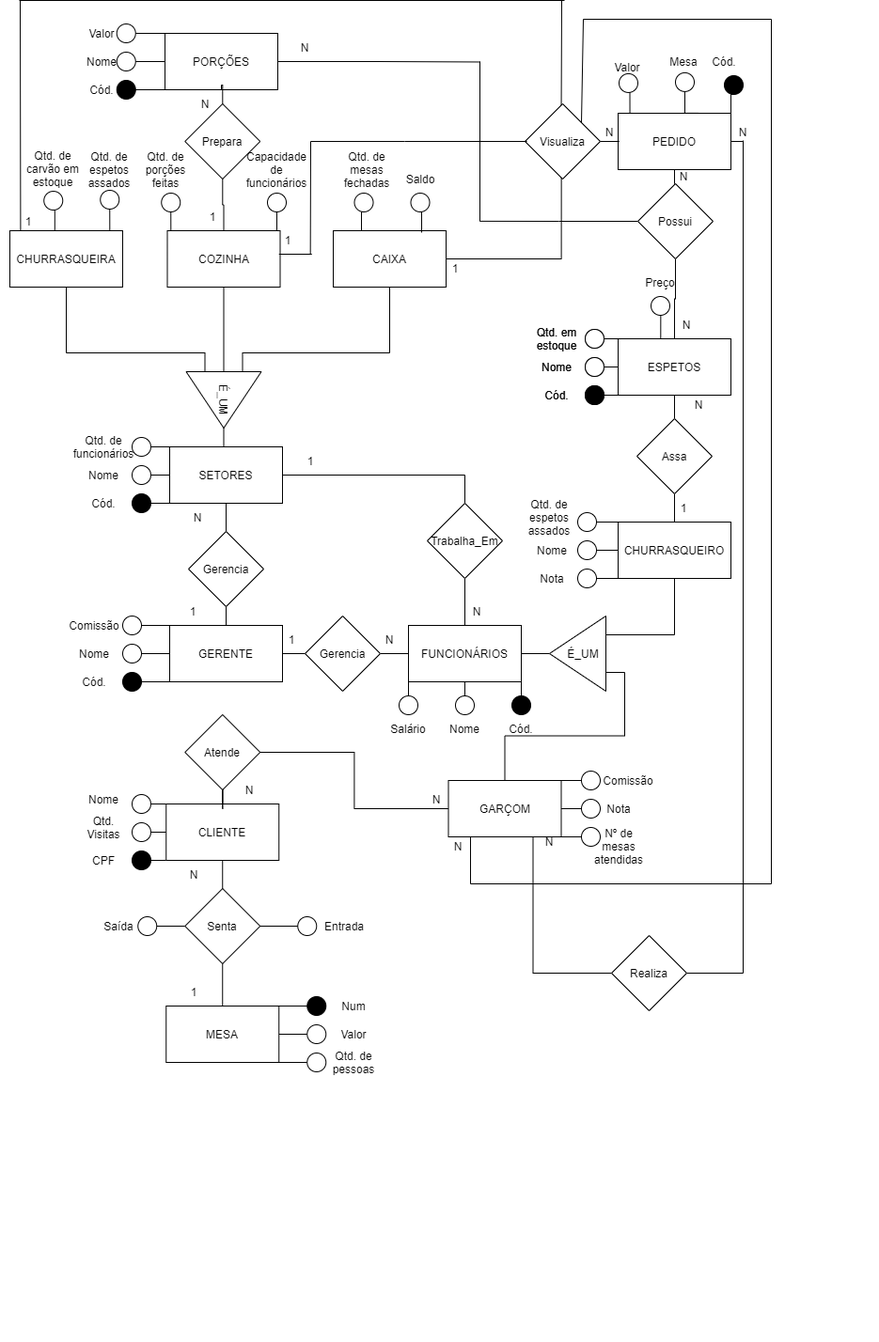
This is MER - ESPETO.png from Reginaldo-Neto/BancoDeDados1, a draw.io export, as it was before one commit. Source tidied: cells renumbered, new cells last; positions are measured from the earlier drawing's top-left corner, leaving out a move shared by most shapes.
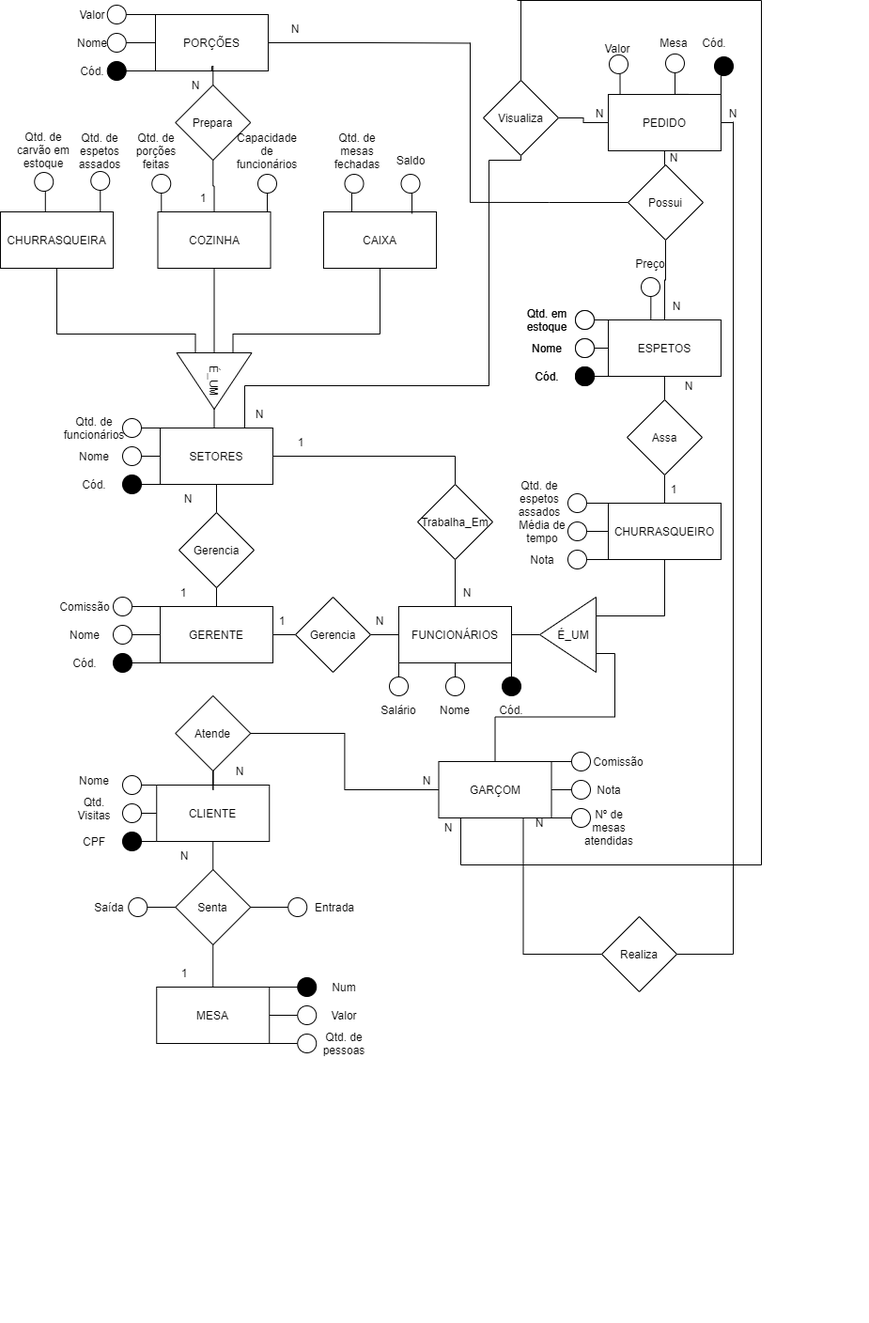
The same diagram one commit later.

What changed in the source:
```diff
@@ -106,7 +106,7 @@
     <mxCell id="31" style="ellipse;whiteSpace=wrap;html=1;" parent="1" vertex="1">
       <mxGeometry x="614" y="605" width="20" height="20" as="geometry" />
     </mxCell>
-    <mxCell id="32" value="Nome" style="text;html=1;strokeColor=none;fillColor=none;align=center;verticalAlign=middle;whiteSpace=wrap;rounded=0;" parent="1" vertex="1">
+    <mxCell id="32" value="Média de tempo" style="text;html=1;strokeColor=none;fillColor=none;align=center;verticalAlign=middle;whiteSpace=wrap;rounded=0;" parent="1" vertex="1">
       <mxGeometry x="557" y="570" width="60" height="30" as="geometry" />
     </mxCell>
     <mxCell id="33" value="Qtd. de espetos assados" style="text;html=1;strokeColor=none;fillColor=none;align=center;verticalAlign=middle;whiteSpace=wrap;rounded=0;" parent="1" vertex="1">
@@ -168,9 +168,6 @@
     <mxCell id="51" value="Prepara" style="rhombus;whiteSpace=wrap;html=1;strokeColor=#000000;fillColor=#FFFFFF;rotation=0;" parent="1" vertex="1">
       <mxGeometry x="196.2" y="110" width="80" height="80" as="geometry" />
     </mxCell>
-    <mxCell id="52" style="edgeStyle=orthogonalEdgeStyle;rounded=0;jettySize=auto;html=1;exitX=1;exitY=0.5;exitDx=0;exitDy=0;endArrow=none;endFill=0;entryX=0.483;entryY=0.951;entryDx=0;entryDy=0;entryPerimeter=0;" parent="1" edge="1" source="53" target="185">
-      <mxGeometry relative="1" as="geometry" />
-    </mxCell>
     <mxCell id="53" value="CAIXA" style="rounded=0;whiteSpace=wrap;html=1;strokeColor=#000000;fillColor=#FFFFFF;" parent="1" vertex="1">
       <mxGeometry x="354" y="245" width="120" height="60" as="geometry" />
     </mxCell>
@@ -257,6 +254,15 @@
     <mxCell id="80" style="edgeStyle=orthogonalEdgeStyle;rounded=0;jettySize=auto;html=1;exitX=0;exitY=1;exitDx=0;exitDy=0;entryX=1;entryY=0.5;entryDx=0;entryDy=0;endArrow=none;endFill=0;" parent="1" edge="1" source="81" target="124">
       <mxGeometry relative="1" as="geometry" />
     </mxCell>
+    <mxCell id="218" style="edgeStyle=orthogonalEdgeStyle;rounded=0;jettySize=auto;html=1;exitX=0.75;exitY=0;exitDx=0;exitDy=0;entryX=0.5;entryY=1;entryDx=0;entryDy=0;endArrow=none;endFill=0;" parent="1" edge="1" source="81" target="185">
+      <mxGeometry relative="1" as="geometry">
+        <Array as="points">
+          <mxPoint x="270" y="430" />
+          <mxPoint x="530" y="430" />
+          <mxPoint x="530" y="190" />
+        </Array>
+      </mxGeometry>
+    </mxCell>
     <mxCell id="81" value="SETORES" style="rounded=0;whiteSpace=wrap;html=1;strokeColor=#000000;fillColor=#FFFFFF;" parent="1" vertex="1">
       <mxGeometry x="180" y="475" width="120" height="60" as="geometry" />
     </mxCell>
@@ -586,45 +592,12 @@
     <mxCell id="181" value="PEDIDO" style="rounded=0;whiteSpace=wrap;html=1;" parent="1" vertex="1">
       <mxGeometry x="657" y="120" width="120" height="60" as="geometry" />
     </mxCell>
-    <mxCell id="182" style="endArrow=none;html=1;rounded=0;" parent="1" edge="1">
-      <mxGeometry relative="1" as="geometry">
-        <mxPoint x="20" as="sourcePoint" />
-        <mxPoint x="600" as="targetPoint" />
-      </mxGeometry>
-    </mxCell>
-    <mxCell id="183" style="endArrow=none;html=1;rounded=0;" parent="1" edge="1">
-      <mxGeometry relative="1" as="geometry">
-        <mxPoint x="596.5" y="125" as="sourcePoint" />
-        <mxPoint x="597" as="targetPoint" />
-      </mxGeometry>
-    </mxCell>
     <mxCell id="184" style="edgeStyle=orthogonalEdgeStyle;rounded=0;jettySize=auto;html=1;endArrow=none;endFill=0;" parent="1" edge="1" source="185" target="181">
       <mxGeometry relative="1" as="geometry" />
     </mxCell>
     <mxCell id="185" value="Visualiza" style="rhombus;whiteSpace=wrap;html=1;" parent="1" vertex="1">
-      <mxGeometry x="558" y="110" width="80" height="80" as="geometry" />
+      <mxGeometry x="524" y="105" width="80" height="80" as="geometry" />
     </mxCell>
-    <mxCell id="186" style="endArrow=none;html=1;rounded=0;" parent="1" edge="1">
-      <mxGeometry relative="1" as="geometry">
-        <mxPoint x="296.2" y="270" as="sourcePoint" />
-        <mxPoint x="331.2" y="270" as="targetPoint" />
-      </mxGeometry>
-    </mxCell>
-    <mxCell id="187" style="endArrow=none;html=1;rounded=0;" parent="1" edge="1">
-      <mxGeometry relative="1" as="geometry">
-        <mxPoint x="329.7" y="270" as="sourcePoint" />
-        <mxPoint x="330" y="150" as="targetPoint" />
-      </mxGeometry>
-    </mxCell>
-    <mxCell id="188" style="endArrow=none;html=1;rounded=0;" parent="1" edge="1">
-      <mxGeometry relative="1" as="geometry">
-        <mxPoint x="330" y="150" as="sourcePoint" />
-        <mxPoint x="560" y="150" as="targetPoint" />
-        <Array as="points">
-          <mxPoint x="430" y="150" />
-        </Array>
-      </mxGeometry>
-    </mxCell>
     <mxCell id="189" style="edgeStyle=orthogonalEdgeStyle;rounded=0;jettySize=auto;html=1;exitX=1;exitY=0;exitDx=0;exitDy=0;entryX=0.5;entryY=1;entryDx=0;entryDy=0;endArrow=none;endFill=0;" parent="1" edge="1" target="190">
       <mxGeometry relative="1" as="geometry">
         <mxPoint x="741.8" y="119.9" as="sourcePoint" />
@@ -678,15 +651,10 @@
     </mxCell>
     <mxCell id="203" style="endArrow=none;html=1;rounded=0;" parent="1" edge="1">
       <mxGeometry relative="1" as="geometry">
-        <mxPoint x="620" y="20" as="sourcePoint" />
+        <mxPoint x="560" y="20" as="sourcePoint" />
         <mxPoint x="820" y="20" as="targetPoint" />
       </mxGeometry>
     </mxCell>
-    <mxCell id="204" style="endArrow=none;html=1;rounded=0;exitX=1;exitY=0;exitDx=0;exitDy=0;" parent="1" edge="1" source="185">
-      <mxGeometry relative="1" as="geometry">
-        <mxPoint x="620" y="20" as="targetPoint" />
-      </mxGeometry>
-    </mxCell>
     <mxCell id="205" style="edgeStyle=orthogonalEdgeStyle;rounded=0;jettySize=auto;html=1;exitX=1;exitY=0.5;exitDx=0;exitDy=0;endArrow=none;endFill=0;" parent="1" edge="1" source="206">
       <mxGeometry relative="1" as="geometry">
         <mxPoint x="790" y="149" as="targetPoint" />
@@ -716,19 +684,13 @@
     <mxCell id="213" value="N" style="text;html=1;strokeColor=none;fillColor=none;align=center;verticalAlign=middle;whiteSpace=wrap;rounded=0;" parent="1" vertex="1">
       <mxGeometry x="294" y="35" width="60" height="30" as="geometry" />
     </mxCell>
-    <mxCell id="214" style="endArrow=none;html=1;rounded=0;exitX=0.095;exitY=0;exitDx=0;exitDy=0;exitPerimeter=0;" parent="1" edge="1" source="76">
-      <mxGeometry relative="1" as="geometry">
-        <mxPoint x="21" as="targetPoint" />
-      </mxGeometry>
-    </mxCell>
-    <mxCell id="215" value="1" style="text;html=1;strokeColor=none;fillColor=none;align=center;verticalAlign=middle;whiteSpace=wrap;rounded=0;" parent="1" vertex="1">
-      <mxGeometry y="220" width="60" height="30" as="geometry" />
-    </mxCell>
-    <mxCell id="216" value="1" style="text;html=1;strokeColor=none;fillColor=none;align=center;verticalAlign=middle;whiteSpace=wrap;rounded=0;" parent="1" vertex="1">
-      <mxGeometry x="276.2" y="240" width="60" height="30" as="geometry" />
-    </mxCell>
-    <mxCell id="217" value="1" style="text;html=1;strokeColor=none;fillColor=none;align=center;verticalAlign=middle;whiteSpace=wrap;rounded=0;" parent="1" vertex="1">
-      <mxGeometry x="454" y="270" width="60" height="30" as="geometry" />
-    </mxCell>
+    <mxCell id="219" value="N" style="text;html=1;strokeColor=none;fillColor=none;align=center;verticalAlign=middle;whiteSpace=wrap;rounded=0;" parent="1" vertex="1">
+      <mxGeometry x="256.2" y="445" width="60" height="30" as="geometry" />
+    </mxCell>
+    <mxCell id="220" style="endArrow=none;html=1;rounded=0;exitX=0.5;exitY=0;exitDx=0;exitDy=0;" parent="1" edge="1" source="185">
+      <mxGeometry relative="1" as="geometry">
+        <mxPoint x="564" y="20" as="targetPoint" />
+      </mxGeometry>
+    </mxCell>
   </root>
 </mxGraphModel>
```
